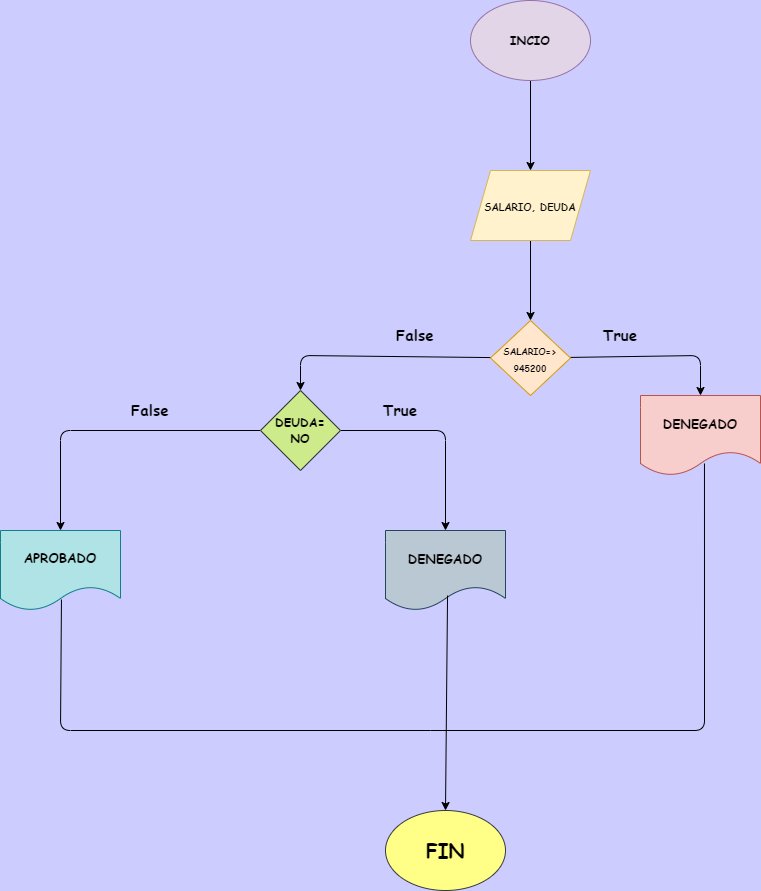
This is Ejercicio No.2/diagrama.png from sartfe7/Taller_Condicionales, a draw.io export, as it was before one commit. Source tidied: cells renumbered, new cells last; positions are measured from the earlier drawing's top-left corner, leaving out a move shared by most shapes. The source it was exported from:
```xml
<mxGraphModel background="#CCCCFF" shadow="1">
  <root>
    <mxCell id="0" />
    <mxCell id="1" parent="0" />
    <mxCell id="2" style="edgeStyle=none;html=1;fontFamily=Comic Sans MS;" parent="1" edge="1" source="3" target="5">
      <mxGeometry relative="1" as="geometry" />
    </mxCell>
    <mxCell id="3" value="&lt;font face=&quot;Comic Sans MS&quot;&gt;&lt;b&gt;INCIO&lt;/b&gt;&lt;/font&gt;" style="ellipse;whiteSpace=wrap;html=1;fillColor=#e1d5e7;strokeColor=#9673a6;" parent="1" vertex="1">
      <mxGeometry x="470" width="120" height="80" as="geometry" />
    </mxCell>
    <mxCell id="4" style="edgeStyle=none;html=1;fontFamily=Comic Sans MS;fontSize=10;" parent="1" edge="1" source="5" target="12">
      <mxGeometry relative="1" as="geometry" />
    </mxCell>
    <mxCell id="5" value="&lt;h2&gt;&lt;font style=&quot;font-size: 10px;&quot; face=&quot;Comic Sans MS&quot;&gt;SALARIO, DEUDA&lt;/font&gt;&lt;/h2&gt;" style="shape=parallelogram;perimeter=parallelogramPerimeter;whiteSpace=wrap;html=1;fixedSize=1;fillColor=#fff2cc;strokeColor=#d6b656;" parent="1" vertex="1">
      <mxGeometry x="470" y="170" width="120" height="70" as="geometry" />
    </mxCell>
    <mxCell id="6" value="&lt;h2&gt;&lt;font face=&quot;Comic Sans MS&quot; style=&quot;font-size: 13px;&quot;&gt;&lt;b&gt;DENEGADO&lt;/b&gt;&lt;/font&gt;&lt;/h2&gt;" style="shape=document;whiteSpace=wrap;html=1;boundedLbl=1;fillColor=#f8cecc;strokeColor=#b85450;" parent="1" vertex="1">
      <mxGeometry x="640" y="395" width="120" height="80" as="geometry" />
    </mxCell>
    <mxCell id="7" style="edgeStyle=none;html=1;fontFamily=Comic Sans MS;fontSize=9;entryX=0.5;entryY=0;entryDx=0;entryDy=0;" parent="1" edge="1" source="9" target="13">
      <mxGeometry relative="1" as="geometry">
        <Array as="points">
          <mxPoint x="445" y="430" />
        </Array>
      </mxGeometry>
    </mxCell>
    <mxCell id="8" style="edgeStyle=none;html=1;fontFamily=Comic Sans MS;fontSize=9;entryX=0.5;entryY=0;entryDx=0;entryDy=0;" parent="1" edge="1" source="9" target="14">
      <mxGeometry relative="1" as="geometry">
        <Array as="points">
          <mxPoint x="60" y="430" />
        </Array>
      </mxGeometry>
    </mxCell>
    <mxCell id="9" value="&lt;h4&gt;&lt;font face=&quot;Comic Sans MS&quot;&gt;DEUDA=&lt;br&gt;NO&lt;/font&gt;&lt;/h4&gt;" style="rhombus;whiteSpace=wrap;html=1;fillColor=#cdeb8b;strokeColor=#36393d;" parent="1" vertex="1">
      <mxGeometry x="260" y="390" width="80" height="80" as="geometry" />
    </mxCell>
    <mxCell id="10" style="edgeStyle=none;html=1;fontFamily=Comic Sans MS;fontSize=10;entryX=0.5;entryY=0;entryDx=0;entryDy=0;" parent="1" edge="1" source="12" target="6">
      <mxGeometry relative="1" as="geometry">
        <Array as="points">
          <mxPoint x="700" y="355" />
        </Array>
      </mxGeometry>
    </mxCell>
    <mxCell id="11" style="edgeStyle=none;html=1;fontFamily=Comic Sans MS;fontSize=10;entryX=0.5;entryY=0;entryDx=0;entryDy=0;" parent="1" edge="1" source="12" target="9">
      <mxGeometry relative="1" as="geometry">
        <Array as="points">
          <mxPoint x="300" y="355" />
        </Array>
      </mxGeometry>
    </mxCell>
    <mxCell id="12" value="&lt;h3&gt;&lt;font style=&quot;font-size: 9px;&quot;&gt;&lt;font face=&quot;Comic Sans MS&quot;&gt;&lt;b&gt;SALARIO=&amp;gt;&lt;br&gt;&lt;/b&gt;&lt;/font&gt;&lt;/font&gt;&lt;font style=&quot;font-size: 9px;&quot;&gt;&lt;font face=&quot;Comic Sans MS&quot;&gt;&lt;b&gt;945200&lt;/b&gt;&lt;/font&gt;&lt;/font&gt;&lt;/h3&gt;" style="rhombus;whiteSpace=wrap;html=1;fillColor=#ffe6cc;strokeColor=#d79b00;" parent="1" vertex="1">
      <mxGeometry x="490" y="320" width="80" height="75" as="geometry" />
    </mxCell>
    <mxCell id="13" value="&lt;h2&gt;&lt;font face=&quot;Comic Sans MS&quot; style=&quot;font-size: 13px;&quot;&gt;DENEGADO&lt;/font&gt;&lt;/h2&gt;" style="shape=document;whiteSpace=wrap;html=1;boundedLbl=1;fillColor=#bac8d3;strokeColor=#23445d;" parent="1" vertex="1">
      <mxGeometry x="385" y="530" width="120" height="80" as="geometry" />
    </mxCell>
    <mxCell id="14" value="&lt;h2&gt;&lt;font style=&quot;font-size: 13px;&quot;&gt;APROBADO&lt;/font&gt;&lt;/h2&gt;" style="shape=document;whiteSpace=wrap;html=1;boundedLbl=1;fillColor=#b0e3e6;strokeColor=#0e8088;fontFamily=Comic Sans MS;fontSize=9;" parent="1" vertex="1">
      <mxGeometry y="530" width="120" height="80" as="geometry" />
    </mxCell>
    <mxCell id="15" style="endArrow=none;html=1;fontFamily=Comic Sans MS;fontSize=13;exitX=0.533;exitY=0.85;exitDx=0;exitDy=0;exitPerimeter=0;" parent="1" edge="1" source="6">
      <mxGeometry relative="1" as="geometry">
        <mxPoint x="430" y="730" as="targetPoint" />
        <Array as="points">
          <mxPoint x="704" y="730" />
        </Array>
      </mxGeometry>
    </mxCell>
    <mxCell id="16" style="endArrow=none;html=1;fontFamily=Comic Sans MS;fontSize=13;exitX=0.508;exitY=0.863;exitDx=0;exitDy=0;exitPerimeter=0;" parent="1" edge="1" source="14">
      <mxGeometry relative="1" as="geometry">
        <mxPoint x="430" y="730" as="targetPoint" />
        <Array as="points">
          <mxPoint x="60" y="730" />
        </Array>
      </mxGeometry>
    </mxCell>
    <mxCell id="17" style="endArrow=classic;html=1;fontFamily=Comic Sans MS;fontSize=13;exitX=0.517;exitY=0.813;exitDx=0;exitDy=0;exitPerimeter=0;" parent="1" edge="1" source="13">
      <mxGeometry relative="1" as="geometry">
        <mxPoint x="445" y="810" as="targetPoint" />
      </mxGeometry>
    </mxCell>
    <mxCell id="18" value="&lt;h2&gt;FIN&lt;/h2&gt;" style="ellipse;whiteSpace=wrap;html=1;fontFamily=Comic Sans MS;fontSize=13;fillColor=#ffff88;strokeColor=#36393d;" parent="1" vertex="1">
      <mxGeometry x="385" y="810" width="120" height="80" as="geometry" />
    </mxCell>
    <mxCell id="19" value="&lt;h3&gt;False&lt;/h3&gt;" style="text;html=1;strokeColor=none;fillColor=none;align=center;verticalAlign=middle;whiteSpace=wrap;rounded=0;fontFamily=Comic Sans MS;fontSize=13;" parent="1" vertex="1">
      <mxGeometry x="385" y="320" width="60" height="30" as="geometry" />
    </mxCell>
    <mxCell id="20" value="&lt;h3&gt;False&lt;/h3&gt;" style="text;html=1;strokeColor=none;fillColor=none;align=center;verticalAlign=middle;whiteSpace=wrap;rounded=0;fontFamily=Comic Sans MS;fontSize=13;" parent="1" vertex="1">
      <mxGeometry x="120" y="395" width="60" height="30" as="geometry" />
    </mxCell>
    <mxCell id="21" value="&lt;h3&gt;True&lt;/h3&gt;" style="text;html=1;strokeColor=none;fillColor=none;align=center;verticalAlign=middle;whiteSpace=wrap;rounded=0;fontFamily=Comic Sans MS;fontSize=13;" parent="1" vertex="1">
      <mxGeometry x="590" y="320" width="60" height="30" as="geometry" />
    </mxCell>
    <mxCell id="22" value="&lt;h3&gt;True&lt;/h3&gt;" style="text;html=1;strokeColor=none;fillColor=none;align=center;verticalAlign=middle;whiteSpace=wrap;rounded=0;fontFamily=Comic Sans MS;fontSize=13;" parent="1" vertex="1">
      <mxGeometry x="370" y="395" width="60" height="30" as="geometry" />
    </mxCell>
  </root>
</mxGraphModel>
```
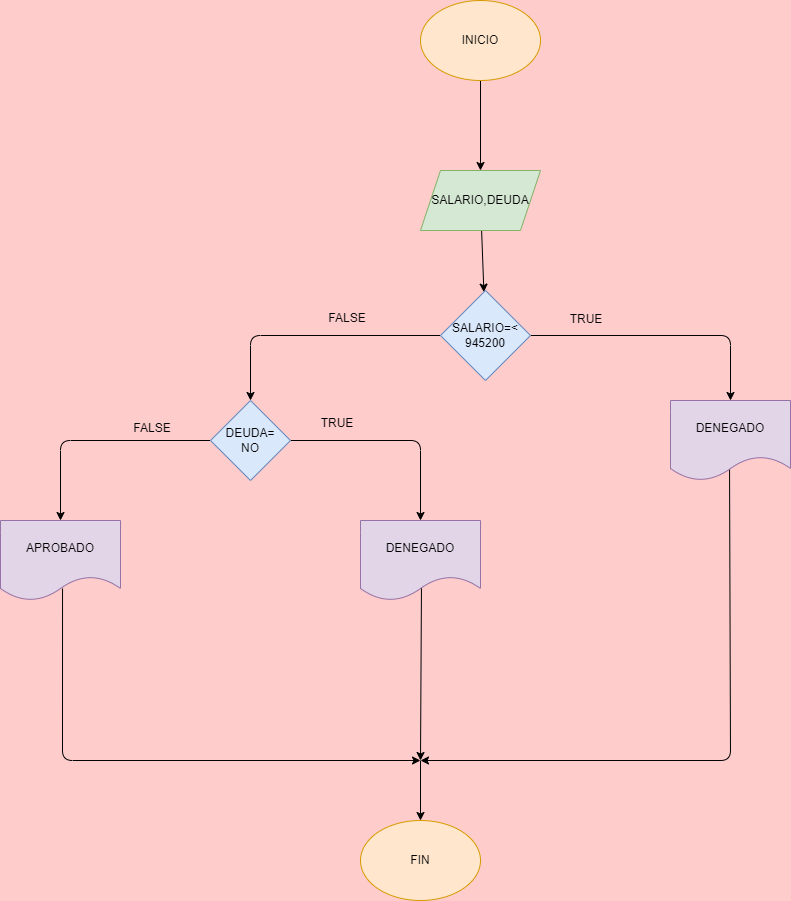
Above is the later version.

The edit, as a diff of the source:
```diff
@@ -1,97 +1,103 @@
-<mxGraphModel background="#CCCCFF" shadow="1">
+<mxGraphModel background="#FFCCCC">
   <root>
     <mxCell id="0" />
     <mxCell id="1" parent="0" />
-    <mxCell id="2" style="edgeStyle=none;html=1;fontFamily=Comic Sans MS;" parent="1" edge="1" source="3" target="5">
+    <mxCell id="2" style="edgeStyle=none;html=1;" parent="1" edge="1" source="3" target="5">
       <mxGeometry relative="1" as="geometry" />
     </mxCell>
-    <mxCell id="3" value="&lt;font face=&quot;Comic Sans MS&quot;&gt;&lt;b&gt;INCIO&lt;/b&gt;&lt;/font&gt;" style="ellipse;whiteSpace=wrap;html=1;fillColor=#e1d5e7;strokeColor=#9673a6;" parent="1" vertex="1">
-      <mxGeometry x="470" width="120" height="80" as="geometry" />
+    <mxCell id="3" value="INICIO" style="ellipse;whiteSpace=wrap;html=1;fillColor=#ffe6cc;strokeColor=#d79b00;" parent="1" vertex="1">
+      <mxGeometry x="290" y="10" width="120" height="80" as="geometry" />
     </mxCell>
+    <mxCell id="23" style="edgeStyle=none;html=1;" parent="1" edge="1" source="5" target="9">
+      <mxGeometry relative="1" as="geometry" />
+    </mxCell>
+    <mxCell id="5" value="SALARIO,DEUDA" style="shape=parallelogram;perimeter=parallelogramPerimeter;whiteSpace=wrap;html=1;fixedSize=1;fillColor=#d5e8d4;strokeColor=#82b366;" parent="1" vertex="1">
+      <mxGeometry x="290" y="180" width="120" height="60" as="geometry" />
+    </mxCell>
-    <mxCell id="4" style="edgeStyle=none;html=1;fontFamily=Comic Sans MS;fontSize=10;" parent="1" edge="1" source="5" target="12">
-      <mxGeometry relative="1" as="geometry" />
+    <mxCell id="4" style="edgeStyle=none;html=1;" parent="1" edge="1" source="9" target="12">
+      <mxGeometry relative="1" as="geometry">
+        <Array as="points">
+          <mxPoint x="600" y="345" />
+        </Array>
+      </mxGeometry>
     </mxCell>
-    <mxCell id="5" value="&lt;h2&gt;&lt;font style=&quot;font-size: 10px;&quot; face=&quot;Comic Sans MS&quot;&gt;SALARIO, DEUDA&lt;/font&gt;&lt;/h2&gt;" style="shape=parallelogram;perimeter=parallelogramPerimeter;whiteSpace=wrap;html=1;fixedSize=1;fillColor=#fff2cc;strokeColor=#d6b656;" parent="1" vertex="1">
-      <mxGeometry x="470" y="170" width="120" height="70" as="geometry" />
-    </mxCell>
-    <mxCell id="6" value="&lt;h2&gt;&lt;font face=&quot;Comic Sans MS&quot; style=&quot;font-size: 13px;&quot;&gt;&lt;b&gt;DENEGADO&lt;/b&gt;&lt;/font&gt;&lt;/h2&gt;" style="shape=document;whiteSpace=wrap;html=1;boundedLbl=1;fillColor=#f8cecc;strokeColor=#b85450;" parent="1" vertex="1">
-      <mxGeometry x="640" y="395" width="120" height="80" as="geometry" />
-    </mxCell>
-    <mxCell id="7" style="edgeStyle=none;html=1;fontFamily=Comic Sans MS;fontSize=9;entryX=0.5;entryY=0;entryDx=0;entryDy=0;" parent="1" edge="1" source="9" target="13">
-      <mxGeometry relative="1" as="geometry">
-        <Array as="points">
-          <mxPoint x="445" y="430" />
-        </Array>
-      </mxGeometry>
-    </mxCell>
-    <mxCell id="8" style="edgeStyle=none;html=1;fontFamily=Comic Sans MS;fontSize=9;entryX=0.5;entryY=0;entryDx=0;entryDy=0;" parent="1" edge="1" source="9" target="14">
-      <mxGeometry relative="1" as="geometry">
-        <Array as="points">
-          <mxPoint x="60" y="430" />
-        </Array>
-      </mxGeometry>
-    </mxCell>
+    <mxCell id="24" style="edgeStyle=none;html=1;" parent="1" edge="1" source="9" target="10">
+      <mxGeometry relative="1" as="geometry">
+        <Array as="points">
+          <mxPoint x="120" y="345" />
+        </Array>
+      </mxGeometry>
+    </mxCell>
-    <mxCell id="9" value="&lt;h4&gt;&lt;font face=&quot;Comic Sans MS&quot;&gt;DEUDA=&lt;br&gt;NO&lt;/font&gt;&lt;/h4&gt;" style="rhombus;whiteSpace=wrap;html=1;fillColor=#cdeb8b;strokeColor=#36393d;" parent="1" vertex="1">
-      <mxGeometry x="260" y="390" width="80" height="80" as="geometry" />
+    <mxCell id="9" value="SALARIO=&amp;lt;&lt;br&gt;945200" style="rhombus;whiteSpace=wrap;html=1;fillColor=#dae8fc;strokeColor=#6c8ebf;" parent="1" vertex="1">
+      <mxGeometry x="310" y="300" width="90" height="90" as="geometry" />
     </mxCell>
-    <mxCell id="10" style="edgeStyle=none;html=1;fontFamily=Comic Sans MS;fontSize=10;entryX=0.5;entryY=0;entryDx=0;entryDy=0;" parent="1" edge="1" source="12" target="6">
-      <mxGeometry relative="1" as="geometry">
-        <Array as="points">
-          <mxPoint x="700" y="355" />
-        </Array>
-      </mxGeometry>
-    </mxCell>
-    <mxCell id="11" style="edgeStyle=none;html=1;fontFamily=Comic Sans MS;fontSize=10;entryX=0.5;entryY=0;entryDx=0;entryDy=0;" parent="1" edge="1" source="12" target="9">
-      <mxGeometry relative="1" as="geometry">
-        <Array as="points">
-          <mxPoint x="300" y="355" />
-        </Array>
-      </mxGeometry>
-    </mxCell>
+    <mxCell id="25" style="edgeStyle=none;html=1;exitX=0.492;exitY=0.85;exitDx=0;exitDy=0;exitPerimeter=0;" parent="1" edge="1" source="12">
+      <mxGeometry relative="1" as="geometry">
+        <mxPoint x="290" y="770" as="targetPoint" />
+        <Array as="points">
+          <mxPoint x="600" y="770" />
+        </Array>
+      </mxGeometry>
+    </mxCell>
-    <mxCell id="12" value="&lt;h3&gt;&lt;font style=&quot;font-size: 9px;&quot;&gt;&lt;font face=&quot;Comic Sans MS&quot;&gt;&lt;b&gt;SALARIO=&amp;gt;&lt;br&gt;&lt;/b&gt;&lt;/font&gt;&lt;/font&gt;&lt;font style=&quot;font-size: 9px;&quot;&gt;&lt;font face=&quot;Comic Sans MS&quot;&gt;&lt;b&gt;945200&lt;/b&gt;&lt;/font&gt;&lt;/font&gt;&lt;/h3&gt;" style="rhombus;whiteSpace=wrap;html=1;fillColor=#ffe6cc;strokeColor=#d79b00;" parent="1" vertex="1">
-      <mxGeometry x="490" y="320" width="80" height="75" as="geometry" />
+    <mxCell id="12" value="DENEGADO" style="shape=document;whiteSpace=wrap;html=1;boundedLbl=1;fillColor=#e1d5e7;strokeColor=#9673a6;" parent="1" vertex="1">
+      <mxGeometry x="540" y="410" width="120" height="80" as="geometry" />
     </mxCell>
-    <mxCell id="13" value="&lt;h2&gt;&lt;font face=&quot;Comic Sans MS&quot; style=&quot;font-size: 13px;&quot;&gt;DENEGADO&lt;/font&gt;&lt;/h2&gt;" style="shape=document;whiteSpace=wrap;html=1;boundedLbl=1;fillColor=#bac8d3;strokeColor=#23445d;" parent="1" vertex="1">
-      <mxGeometry x="385" y="530" width="120" height="80" as="geometry" />
+    <mxCell id="13" style="edgeStyle=none;html=1;" parent="1" edge="1" source="10" target="11">
+      <mxGeometry relative="1" as="geometry">
+        <Array as="points">
+          <mxPoint x="290" y="450" />
+        </Array>
+      </mxGeometry>
     </mxCell>
-    <mxCell id="14" value="&lt;h2&gt;&lt;font style=&quot;font-size: 13px;&quot;&gt;APROBADO&lt;/font&gt;&lt;/h2&gt;" style="shape=document;whiteSpace=wrap;html=1;boundedLbl=1;fillColor=#b0e3e6;strokeColor=#0e8088;fontFamily=Comic Sans MS;fontSize=9;" parent="1" vertex="1">
-      <mxGeometry y="530" width="120" height="80" as="geometry" />
+    <mxCell id="14" style="edgeStyle=none;html=1;" parent="1" edge="1" source="10" target="7">
+      <mxGeometry relative="1" as="geometry">
+        <Array as="points">
+          <mxPoint x="-70" y="450" />
+        </Array>
+      </mxGeometry>
     </mxCell>
+    <mxCell id="10" value="DEUDA=&lt;br&gt;NO" style="rhombus;whiteSpace=wrap;html=1;fillColor=#dae8fc;strokeColor=#6c8ebf;" parent="1" vertex="1">
+      <mxGeometry x="80" y="410" width="80" height="80" as="geometry" />
+    </mxCell>
+    <mxCell id="16" style="edgeStyle=none;html=1;exitX=0.508;exitY=0.825;exitDx=0;exitDy=0;exitPerimeter=0;" parent="1" edge="1" source="11">
+      <mxGeometry relative="1" as="geometry">
+        <mxPoint x="290" y="770" as="targetPoint" />
+      </mxGeometry>
+    </mxCell>
+    <mxCell id="11" value="DENEGADO" style="shape=document;whiteSpace=wrap;html=1;boundedLbl=1;fillColor=#e1d5e7;strokeColor=#9673a6;" parent="1" vertex="1">
+      <mxGeometry x="230" y="530" width="120" height="80" as="geometry" />
+    </mxCell>
-    <mxCell id="15" style="endArrow=none;html=1;fontFamily=Comic Sans MS;fontSize=13;exitX=0.533;exitY=0.85;exitDx=0;exitDy=0;exitPerimeter=0;" parent="1" edge="1" source="6">
+    <mxCell id="15" style="edgeStyle=none;html=1;exitX=0.517;exitY=0.85;exitDx=0;exitDy=0;exitPerimeter=0;" parent="1" edge="1" source="7">
       <mxGeometry relative="1" as="geometry">
-        <mxPoint x="430" y="730" as="targetPoint" />
+        <mxPoint x="290" y="770" as="targetPoint" />
         <Array as="points">
-          <mxPoint x="704" y="730" />
+          <mxPoint x="-68" y="770" />
         </Array>
       </mxGeometry>
     </mxCell>
-    <mxCell id="16" style="endArrow=none;html=1;fontFamily=Comic Sans MS;fontSize=13;exitX=0.508;exitY=0.863;exitDx=0;exitDy=0;exitPerimeter=0;" parent="1" edge="1" source="14">
-      <mxGeometry relative="1" as="geometry">
-        <mxPoint x="430" y="730" as="targetPoint" />
-        <Array as="points">
-          <mxPoint x="60" y="730" />
-        </Array>
-      </mxGeometry>
-    </mxCell>
+    <mxCell id="7" value="APROBADO" style="shape=document;whiteSpace=wrap;html=1;boundedLbl=1;fillColor=#e1d5e7;strokeColor=#9673a6;" parent="1" vertex="1">
+      <mxGeometry x="-130" y="530" width="120" height="80" as="geometry" />
+    </mxCell>
-    <mxCell id="17" style="endArrow=classic;html=1;fontFamily=Comic Sans MS;fontSize=13;exitX=0.517;exitY=0.813;exitDx=0;exitDy=0;exitPerimeter=0;" parent="1" edge="1" source="13">
+    <mxCell id="17" style="endArrow=classic;html=1;" parent="1" edge="1">
       <mxGeometry relative="1" as="geometry">
-        <mxPoint x="445" y="810" as="targetPoint" />
+        <mxPoint x="290" y="770" as="sourcePoint" />
+        <mxPoint x="290" y="830" as="targetPoint" />
       </mxGeometry>
     </mxCell>
-    <mxCell id="18" value="&lt;h2&gt;FIN&lt;/h2&gt;" style="ellipse;whiteSpace=wrap;html=1;fontFamily=Comic Sans MS;fontSize=13;fillColor=#ffff88;strokeColor=#36393d;" parent="1" vertex="1">
-      <mxGeometry x="385" y="810" width="120" height="80" as="geometry" />
+    <mxCell id="18" value="FIN" style="ellipse;whiteSpace=wrap;html=1;fillColor=#ffe6cc;strokeColor=#d79b00;" parent="1" vertex="1">
+      <mxGeometry x="230" y="830" width="120" height="80" as="geometry" />
     </mxCell>
-    <mxCell id="19" value="&lt;h3&gt;False&lt;/h3&gt;" style="text;html=1;strokeColor=none;fillColor=none;align=center;verticalAlign=middle;whiteSpace=wrap;rounded=0;fontFamily=Comic Sans MS;fontSize=13;" parent="1" vertex="1">
-      <mxGeometry x="385" y="320" width="60" height="30" as="geometry" />
+    <mxCell id="19" value="TRUE" style="text;html=1;strokeColor=none;fillColor=none;align=center;verticalAlign=middle;whiteSpace=wrap;rounded=0;" parent="1" vertex="1">
+      <mxGeometry x="426" y="314" width="60" height="30" as="geometry" />
     </mxCell>
+    <mxCell id="26" value="TRUE" style="text;html=1;strokeColor=none;fillColor=none;align=center;verticalAlign=middle;whiteSpace=wrap;rounded=0;" parent="1" vertex="1">
+      <mxGeometry x="177" y="418" width="60" height="30" as="geometry" />
+    </mxCell>
-    <mxCell id="20" value="&lt;h3&gt;False&lt;/h3&gt;" style="text;html=1;strokeColor=none;fillColor=none;align=center;verticalAlign=middle;whiteSpace=wrap;rounded=0;fontFamily=Comic Sans MS;fontSize=13;" parent="1" vertex="1">
-      <mxGeometry x="120" y="395" width="60" height="30" as="geometry" />
+    <mxCell id="20" value="FALSE&lt;span style=&quot;color: rgba(0, 0, 0, 0); font-family: monospace; font-size: 0px; text-align: start;&quot;&gt;%3CmxGraphModel%3E%3Croot%3E%3CmxCell%20id%3D%220%22%2F%3E%3CmxCell%20id%3D%221%22%20parent%3D%220%22%2F%3E%3CmxCell%20id%3D%222%22%20value%3D%22TRUE%22%20style%3D%22text%3Bhtml%3D1%3BstrokeColor%3Dnone%3BfillColor%3Dnone%3Balign%3Dcenter%3BverticalAlign%3Dmiddle%3BwhiteSpace%3Dwrap%3Brounded%3D0%3B%22%20vertex%3D%221%22%20parent%3D%221%22%3E%3CmxGeometry%20x%3D%22217%22%20y%3D%22448%22%20width%3D%2260%22%20height%3D%2230%22%20as%3D%22geometry%22%2F%3E%3C%2FmxCell%3E%3C%2Froot%3E%3C%2FmxGraphModel%3E&lt;/span&gt;" style="text;html=1;strokeColor=none;fillColor=none;align=center;verticalAlign=middle;whiteSpace=wrap;rounded=0;" parent="1" vertex="1">
+      <mxGeometry x="172" y="311" width="90" height="33" as="geometry" />
     </mxCell>
-    <mxCell id="21" value="&lt;h3&gt;True&lt;/h3&gt;" style="text;html=1;strokeColor=none;fillColor=none;align=center;verticalAlign=middle;whiteSpace=wrap;rounded=0;fontFamily=Comic Sans MS;fontSize=13;" parent="1" vertex="1">
-      <mxGeometry x="590" y="320" width="60" height="30" as="geometry" />
+    <mxCell id="21" value="FALSE&lt;span style=&quot;color: rgba(0, 0, 0, 0); font-family: monospace; font-size: 0px; text-align: start;&quot;&gt;%3CmxGraphModel%3E%3Croot%3E%3CmxCell%20id%3D%220%22%2F%3E%3CmxCell%20id%3D%221%22%20parent%3D%220%22%2F%3E%3CmxCell%20id%3D%222%22%20value%3D%22TRUE%22%20style%3D%22text%3Bhtml%3D1%3BstrokeColor%3Dnone%3BfillColor%3Dnone%3Balign%3Dcenter%3BverticalAlign%3Dmiddle%3BwhiteSpace%3Dwrap%3Brounded%3D0%3B%22%20vertex%3D%221%22%20parent%3D%221%22%3E%3CmxGeometry%20x%3D%22217%22%20y%3D%22448%22%20width%3D%2260%22%20height%3D%2230%22%20as%3D%22geometry%22%2F%3E%3C%2FmxCell%3E%3C%2Froot%3E%3C%2FmxGraphModel%3E&lt;/span&gt;" style="text;html=1;strokeColor=none;fillColor=none;align=center;verticalAlign=middle;whiteSpace=wrap;rounded=0;" parent="1" vertex="1">
+      <mxGeometry x="-23" y="421" width="90" height="33" as="geometry" />
     </mxCell>
-    <mxCell id="22" value="&lt;h3&gt;True&lt;/h3&gt;" style="text;html=1;strokeColor=none;fillColor=none;align=center;verticalAlign=middle;whiteSpace=wrap;rounded=0;fontFamily=Comic Sans MS;fontSize=13;" parent="1" vertex="1">
-      <mxGeometry x="370" y="395" width="60" height="30" as="geometry" />
-    </mxCell>
   </root>
 </mxGraphModel>
```
